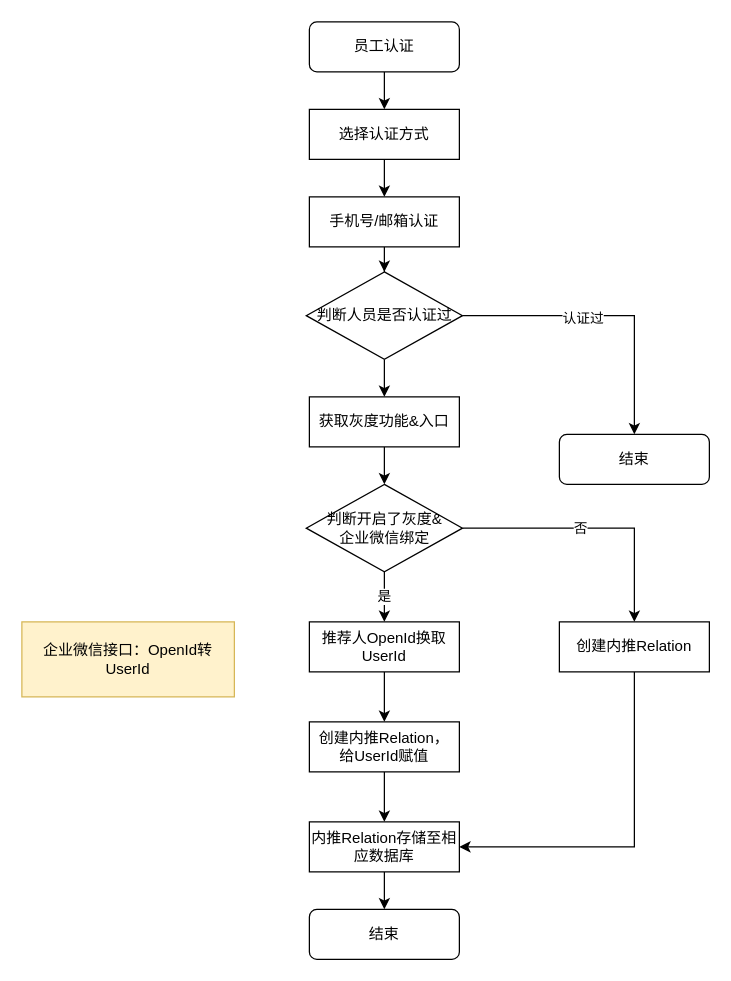
Earlier version of the draw.io diagram 0305敏捷.drawio (mozhu33/Diagrams). Source tidied: cells renumbered, new cells numbered last; positions are measured from the earlier drawing's top-left corner, leaving out a move shared by most shapes. Both pictures are drawn from the tidied source at 125%, with x=0, y=0 at pixel (21, 21).
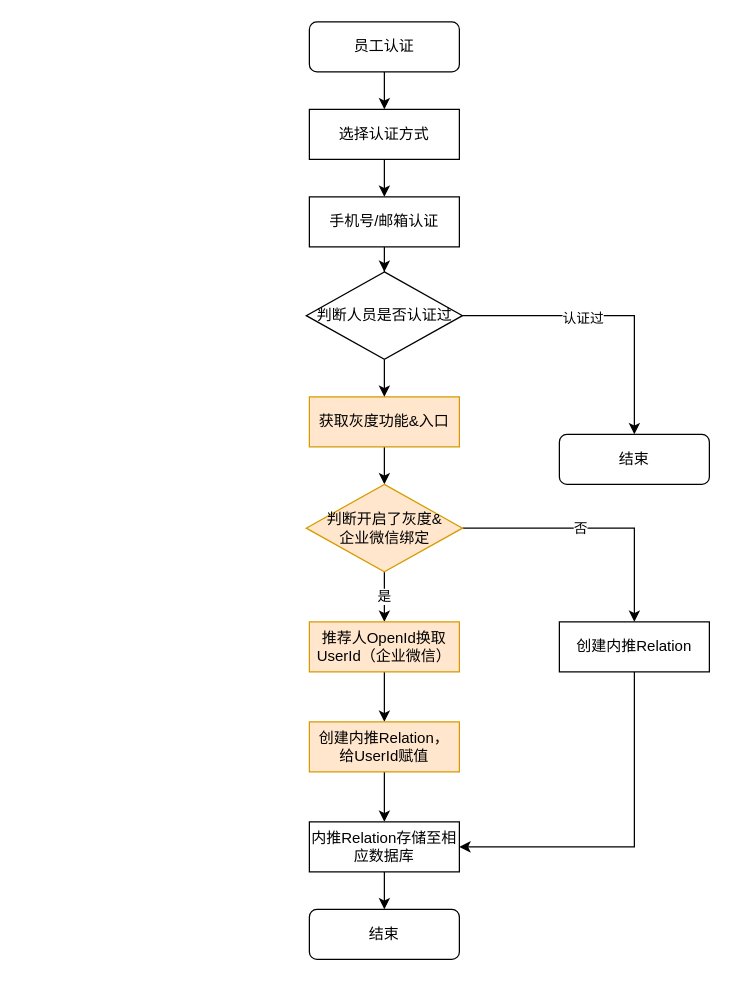
After the change.

The edit, as a diff of the source:
```diff
@@
-    <mxCell id="7" value="获取灰度功能&amp;amp;入口" style="rounded=0;whiteSpace=wrap;html=1;" parent="1" vertex="1">
+    <mxCell id="7" value="获取灰度功能&amp;amp;入口" style="rounded=0;whiteSpace=wrap;html=1;fillColor=#ffe6cc;strokeColor=#d79b00;" parent="1" vertex="1">
       <mxGeometry x="230" y="300" width="120" height="40" as="geometry" />
     </mxCell>
@@
-    <mxCell id="18" value="判断开启了灰度&amp;amp;&lt;br&gt;企业微信绑定" style="rhombus;whiteSpace=wrap;html=1;" parent="1" vertex="1">
+    <mxCell id="18" value="判断开启了灰度&amp;amp;&lt;br&gt;企业微信绑定" style="rhombus;whiteSpace=wrap;html=1;fillColor=#ffe6cc;strokeColor=#d79b00;" parent="1" vertex="1">
       <mxGeometry x="227.5" y="370" width="125" height="70" as="geometry" />
     </mxCell>
@@
-    <mxCell id="20" value="推荐人OpenId换取UserId" style="rounded=0;whiteSpace=wrap;html=1;" parent="1" vertex="1">
+    <mxCell id="20" value="推荐人OpenId换取UserId（企业微信）" style="rounded=0;whiteSpace=wrap;html=1;fillColor=#ffe6cc;strokeColor=#d79b00;" parent="1" vertex="1">
       <mxGeometry x="230" y="480" width="120" height="40" as="geometry" />
     </mxCell>
@@
-    <mxCell id="22" value="创建内推Relation，&lt;br&gt;给UserId赋值" style="rounded=0;whiteSpace=wrap;html=1;" parent="1" vertex="1">
+    <mxCell id="22" value="创建内推Relation，&lt;br&gt;给UserId赋值" style="rounded=0;whiteSpace=wrap;html=1;fillColor=#ffe6cc;strokeColor=#d79b00;" parent="1" vertex="1">
       <mxGeometry x="230" y="560" width="120" height="40" as="geometry" />
     </mxCell>
@@
-    <mxCell id="28" value="企业微信接口：OpenId转UserId" style="text;html=1;strokeColor=#d6b656;fillColor=#fff2cc;align=center;verticalAlign=middle;whiteSpace=wrap;rounded=0;" parent="1" vertex="1">
-      <mxGeometry y="480" width="170" height="60" as="geometry" />
-    </mxCell>
```
